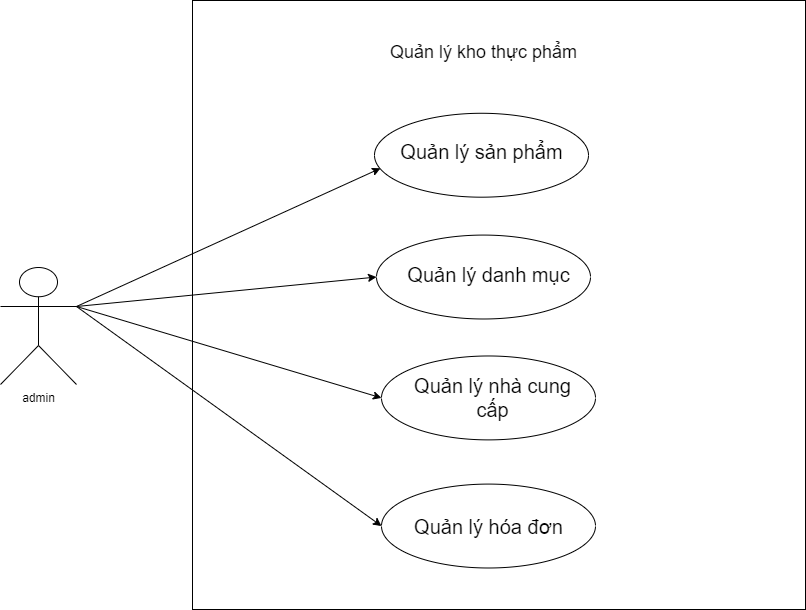
This is 5.drawio.png from dungvu242k3/JAVA, a draw.io export, as it was before one commit. Source tidied: cells renumbered, new cells last; positions are measured from the earlier drawing's top-left corner, leaving out a move shared by most shapes.
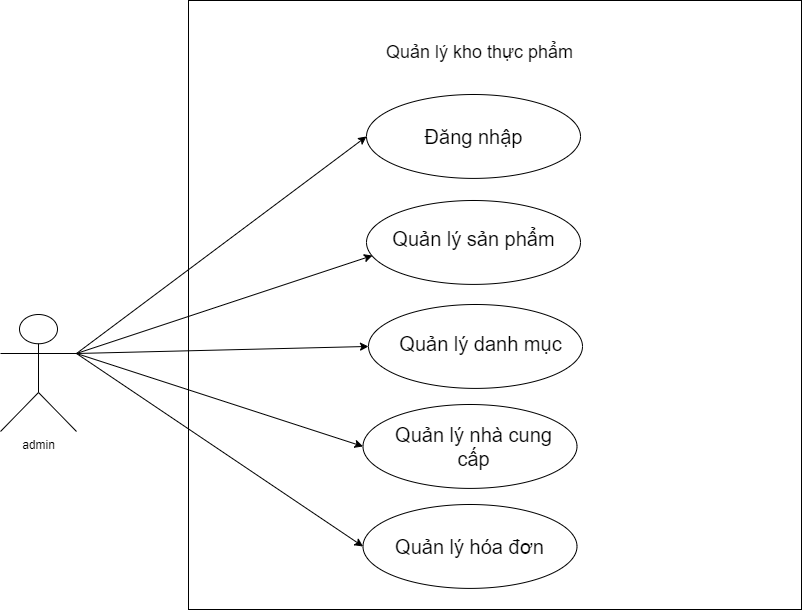
After the change.

Diff of the diagram source:
```diff
@@ -6,22 +6,25 @@
       <mxGeometry y="267" width="76" height="117" as="geometry" />
     </mxCell>
     <mxCell id="3" style="group;" parent="1" vertex="1">
-      <mxGeometry x="192" width="613" height="609" as="geometry" />
+      <mxGeometry x="188" y="-47" width="613" height="609" as="geometry" />
     </mxCell>
     <mxCell id="4" style="rounded=0;whiteSpace=wrap;html=1;align=center;" parent="3" vertex="1">
       <mxGeometry width="613" height="609" as="geometry" />
     </mxCell>
     <mxCell id="5" style="group;" parent="3" vertex="1">
-      <mxGeometry x="182" y="112.8" width="214" height="83.9" as="geometry" />
+      <mxGeometry x="178" y="200" width="214" height="83.9" as="geometry" />
     </mxCell>
+    <mxCell id="22" style="group;" parent="5" vertex="1">
+      <mxGeometry width="214" height="83.9" as="geometry" />
+    </mxCell>
-    <mxCell id="6" style="ellipse;whiteSpace=wrap;html=1;" parent="5" vertex="1">
+    <mxCell id="6" style="ellipse;whiteSpace=wrap;html=1;" parent="22" vertex="1">
       <mxGeometry width="214" height="83.9" as="geometry" />
     </mxCell>
-    <mxCell id="7" value="&lt;font style=&quot;font-size: 20px;&quot;&gt;Quản lý sản phẩm&lt;/font&gt;" style="text;html=1;align=center;verticalAlign=middle;whiteSpace=wrap;rounded=0;" parent="5" vertex="1">
+    <mxCell id="7" value="&lt;font style=&quot;font-size: 20px;&quot;&gt;Quản lý sản phẩm&lt;/font&gt;" style="text;html=1;align=center;verticalAlign=middle;whiteSpace=wrap;rounded=0;" parent="22" vertex="1">
       <mxGeometry x="11.5" y="10.8" width="191" height="55" as="geometry" />
     </mxCell>
     <mxCell id="8" style="group;" parent="3" vertex="1">
-      <mxGeometry x="184" y="234.6" width="214" height="83.9" as="geometry" />
+      <mxGeometry x="180" y="304" width="214" height="83.9" as="geometry" />
     </mxCell>
     <mxCell id="9" style="ellipse;whiteSpace=wrap;html=1;" parent="8" vertex="1">
       <mxGeometry width="214" height="83.9" as="geometry" />
@@ -30,7 +33,7 @@
       <mxGeometry x="17" y="11.7" width="191" height="55" as="geometry" />
     </mxCell>
     <mxCell id="11" style="group;" parent="3" vertex="1">
-      <mxGeometry x="189" y="355.5" width="214" height="83.9" as="geometry" />
+      <mxGeometry x="174.5" y="404" width="214" height="83.9" as="geometry" />
     </mxCell>
     <mxCell id="12" style="ellipse;whiteSpace=wrap;html=1;" parent="11" vertex="1">
       <mxGeometry width="214" height="83.9" as="geometry" />
@@ -39,7 +42,7 @@
       <mxGeometry x="15.5" y="14.4" width="191" height="55" as="geometry" />
     </mxCell>
     <mxCell id="14" style="group;" parent="3" vertex="1">
-      <mxGeometry x="189" y="483.6" width="214" height="83.9" as="geometry" />
+      <mxGeometry x="174.5" y="504" width="214" height="83.9" as="geometry" />
     </mxCell>
     <mxCell id="15" style="ellipse;whiteSpace=wrap;html=1;" parent="14" vertex="1">
       <mxGeometry width="214" height="83.9" as="geometry" />
@@ -50,6 +53,15 @@
     <mxCell id="17" value="&lt;font style=&quot;font-size: 18px;&quot;&gt;Quản lý kho thực phẩm&lt;/font&gt;" style="text;html=1;align=center;verticalAlign=middle;whiteSpace=wrap;rounded=0;" parent="3" vertex="1">
       <mxGeometry x="174.5" y="31" width="233" height="41" as="geometry" />
     </mxCell>
+    <mxCell id="23" style="group;" parent="3" vertex="1">
+      <mxGeometry x="178" y="94" width="214" height="83.9" as="geometry" />
+    </mxCell>
+    <mxCell id="24" style="ellipse;whiteSpace=wrap;html=1;" parent="23" vertex="1">
+      <mxGeometry width="214" height="83.9" as="geometry" />
+    </mxCell>
+    <mxCell id="25" value="&lt;span style=&quot;font-size: 20px;&quot;&gt;Đăng nhập&lt;/span&gt;" style="text;html=1;align=center;verticalAlign=middle;whiteSpace=wrap;rounded=0;" parent="23" vertex="1">
+      <mxGeometry x="11.5" y="14.4" width="191" height="55" as="geometry" />
+    </mxCell>
     <mxCell id="18" style="endArrow=classic;html=1;rounded=0;exitX=1;exitY=0.3333333333333333;exitDx=0;exitDy=0;exitPerimeter=0;entryX=0.028;entryY=0.656;entryDx=0;entryDy=0;entryPerimeter=0;" parent="1" edge="1" source="2" target="6">
       <mxGeometry relative="1" as="geometry" />
     </mxCell>
@@ -62,5 +74,8 @@
     <mxCell id="21" style="endArrow=classic;html=1;rounded=0;entryX=0;entryY=0.5;entryDx=0;entryDy=0;exitX=1;exitY=0.3333333333333333;exitDx=0;exitDy=0;exitPerimeter=0;" parent="1" edge="1" source="2" target="15">
       <mxGeometry relative="1" as="geometry" />
     </mxCell>
+    <mxCell id="26" style="endArrow=classic;html=1;rounded=0;exitX=1;exitY=0.3333333333333333;exitDx=0;exitDy=0;exitPerimeter=0;entryX=0;entryY=0.5;entryDx=0;entryDy=0;" parent="1" edge="1" source="2" target="24">
+      <mxGeometry relative="1" as="geometry" />
+    </mxCell>
   </root>
 </mxGraphModel>
```
